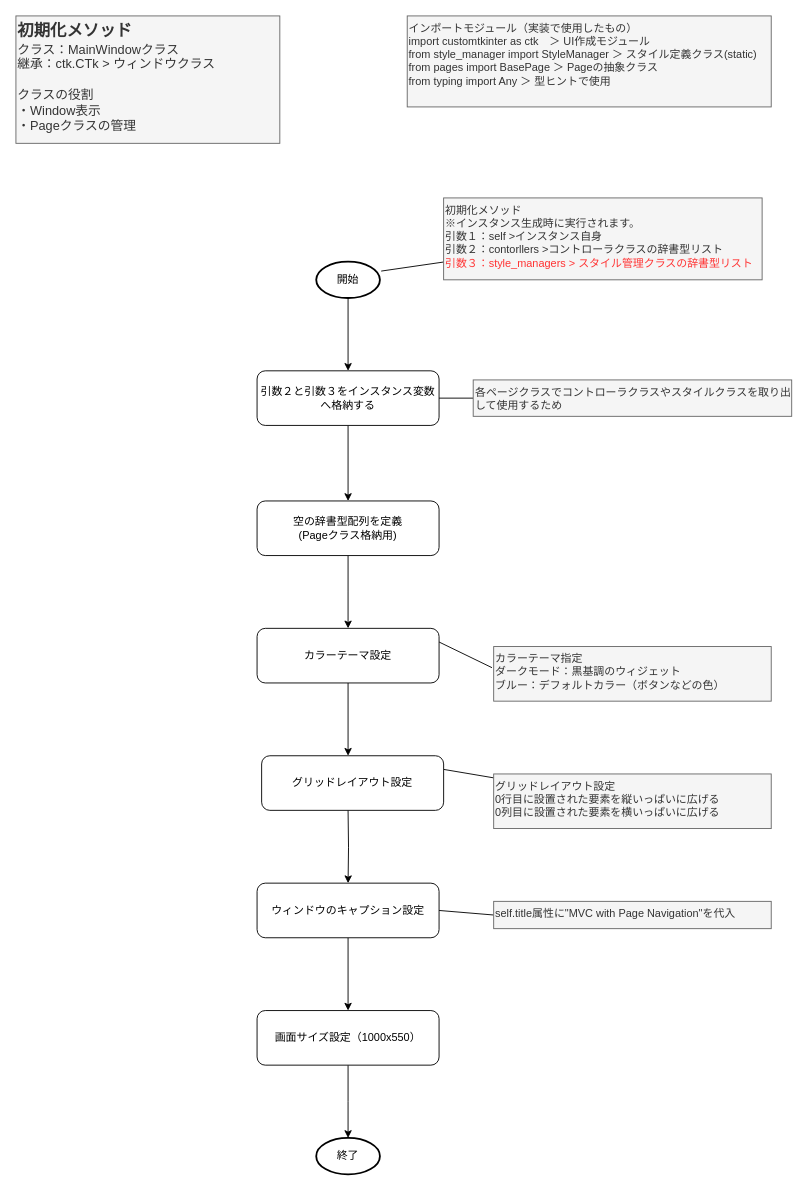
This is page "__init__(MainViewクラス)" (1 of 2) of 設計/フロー図/windows.py/__init__メソッド(MainWindowsクラス).drawio from homan05872/Template_customtkinter_mvc, a draw.io file, before an edit. Source tidied: cells renumbered, new cells numbered last; positions are measured from the earlier drawing's top-left corner, leaving out a move shared by most shapes. Both pictures are drawn from the tidied source at 91%, with x=0, y=0 at pixel (15, 15).
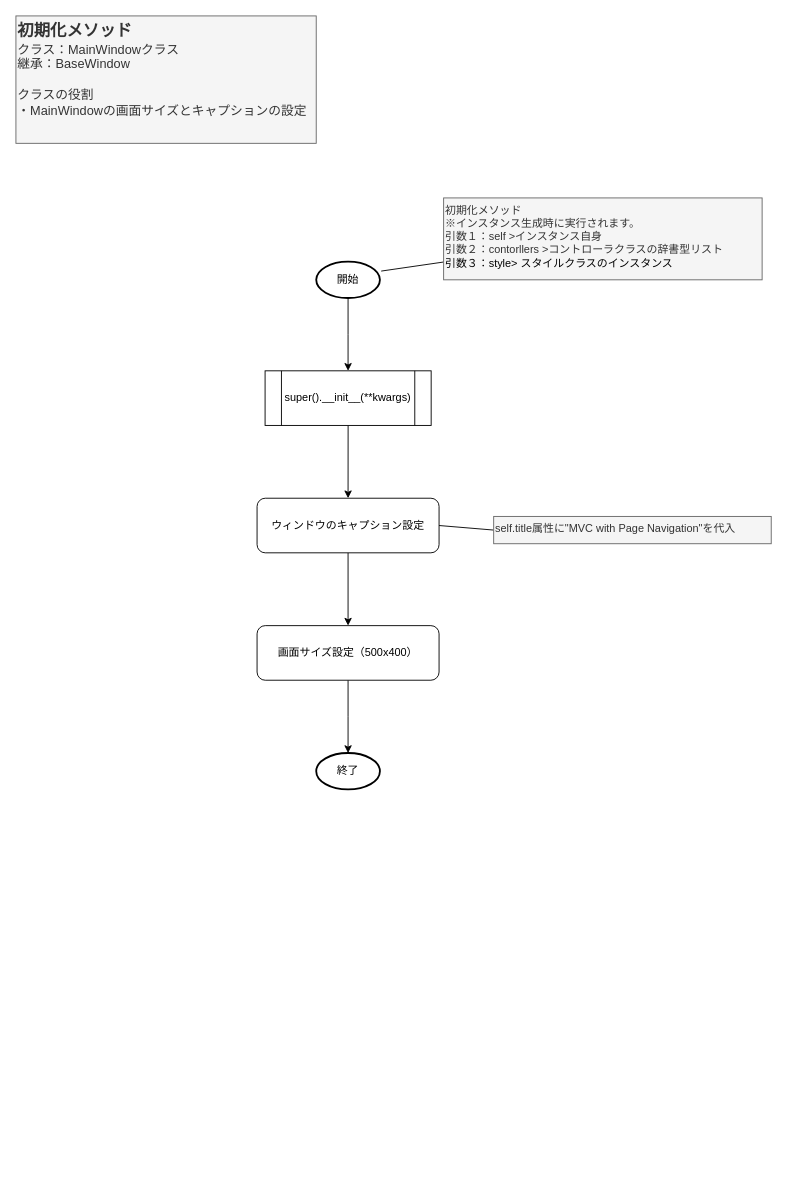
The same diagram, later.

Unchanged cells that the change refers to:
```xml
<mxCell id="3" value="開始" style="strokeWidth=2;html=1;shape=mxgraph.flowchart.start_1;whiteSpace=wrap;" parent="1" vertex="1">
  <mxGeometry x="330" y="270" width="70" height="40" as="geometry" />
</mxCell>
```

Change to the diagram source:
```diff
@@
-    <mxCell id="2" style="edgeStyle=orthogonalEdgeStyle;rounded=0;jettySize=auto;html=1;" parent="1" edge="1" source="3" target="28">
-      <mxGeometry relative="1" as="geometry" />
+    <mxCell id="2" style="edgeStyle=orthogonalEdgeStyle;rounded=0;jettySize=auto;html=1;" parent="1" edge="1" source="3">
+      <mxGeometry relative="1" as="geometry">
+        <mxPoint x="365" y="390" as="targetPoint" />
+      </mxGeometry>
     </mxCell>
@@
-    <mxCell id="5" value="&lt;div&gt;初期化メソッド&lt;/div&gt;&lt;div&gt;※インスタンス生成時に実行されます。&lt;/div&gt;&lt;div&gt;引数１：self &amp;gt;インスタンス自身&lt;/div&gt;&lt;div&gt;引数２：contorllers &amp;gt;コントローラクラスの辞書型リスト&lt;/div&gt;&lt;div&gt;&lt;font color=&quot;#ff3333&quot;&gt;引数３：style_managers &amp;gt; スタイル管理クラスの辞書型リスト&lt;/font&gt;&lt;/div&gt;&lt;div&gt;&lt;br&gt;&lt;/div&gt;" style="text;html=1;align=left;verticalAlign=top;whiteSpace=wrap;rounded=0;fillColor=#f5f5f5;fontColor=#333333;strokeColor=#666666;" parent="1" vertex="1">
+    <mxCell id="5" value="&lt;div&gt;初期化メソッド&lt;/div&gt;&lt;div&gt;※インスタンス生成時に実行されます。&lt;/div&gt;&lt;div&gt;引数１：self &amp;gt;インスタンス自身&lt;/div&gt;&lt;div&gt;引数２：contorllers &amp;gt;コントローラクラスの辞書型リスト&lt;/div&gt;&lt;div&gt;&lt;font color=&quot;#000000&quot;&gt;引数３：style&amp;gt; スタイルクラスのインスタンス&lt;/font&gt;&lt;/div&gt;&lt;div&gt;&lt;br&gt;&lt;/div&gt;" style="text;html=1;align=left;verticalAlign=top;whiteSpace=wrap;rounded=0;fillColor=#f5f5f5;fontColor=#333333;strokeColor=#666666;" parent="1" vertex="1">
       <mxGeometry x="470" y="200" width="350" height="90" as="geometry" />
     </mxCell>
@@
-    <mxCell id="7" value="&lt;div&gt;インポートモジュール（実装で使用したもの）&lt;/div&gt;&lt;div&gt;&lt;div&gt;import customtkinter as ctk　＞ UI作成モジュール&lt;/div&gt;&lt;div&gt;from style_manager import StyleManager ＞ スタイル定義クラス(static)&lt;/div&gt;&lt;div&gt;from pages import BasePage ＞ Pageの抽象クラス&lt;/div&gt;&lt;div&gt;from typing import Any ＞ 型ヒントで使用&lt;/div&gt;&lt;/div&gt;" style="text;html=1;align=left;verticalAlign=top;whiteSpace=wrap;rounded=0;fillColor=#f5f5f5;fontColor=#333333;strokeColor=#666666;" parent="1" vertex="1">
-      <mxGeometry x="430" width="400" height="100" as="geometry" />
-    </mxCell>
@@
-    <mxCell id="9" value="&lt;b style=&quot;&quot;&gt;&lt;font style=&quot;&quot;&gt;&lt;font style=&quot;font-size: 18px;&quot;&gt;初期化メソッド&lt;/font&gt;&lt;/font&gt;&lt;/b&gt;&lt;div&gt;&lt;font style=&quot;font-size: 14px;&quot;&gt;クラス：MainWindowクラス&lt;/font&gt;&lt;/div&gt;&lt;div&gt;&lt;div style=&quot;font-size: 14px;&quot;&gt;&lt;font style=&quot;font-size: 14px;&quot;&gt;継承：ctk.CTk &amp;gt; ウィンドウクラス&lt;/font&gt;&lt;/div&gt;&lt;/div&gt;&lt;div style=&quot;font-size: 14px;&quot;&gt;&lt;font style=&quot;font-size: 14px;&quot;&gt;&lt;br&gt;&lt;/font&gt;&lt;/div&gt;&lt;div style=&quot;font-size: 14px;&quot;&gt;クラスの役割&lt;/div&gt;&lt;div style=&quot;font-size: 14px;&quot;&gt;・Window表示&lt;/div&gt;&lt;div style=&quot;font-size: 14px;&quot;&gt;・Pageクラスの管理&lt;/div&gt;" style="text;html=1;align=left;verticalAlign=top;whiteSpace=wrap;rounded=0;fillColor=#f5f5f5;fontColor=#333333;strokeColor=#666666;" parent="1" vertex="1">
-      <mxGeometry width="290" height="140" as="geometry" />
+    <mxCell id="9" value="&lt;b style=&quot;&quot;&gt;&lt;font style=&quot;&quot;&gt;&lt;font style=&quot;font-size: 18px;&quot;&gt;初期化メソッド&lt;/font&gt;&lt;/font&gt;&lt;/b&gt;&lt;div&gt;&lt;font style=&quot;font-size: 14px;&quot;&gt;クラス：MainWindowクラス&lt;/font&gt;&lt;/div&gt;&lt;div&gt;&lt;div style=&quot;font-size: 14px;&quot;&gt;&lt;font style=&quot;font-size: 14px;&quot;&gt;継承：BaseWindow&lt;/font&gt;&lt;/div&gt;&lt;/div&gt;&lt;div style=&quot;font-size: 14px;&quot;&gt;&lt;font style=&quot;font-size: 14px;&quot;&gt;&lt;br&gt;&lt;/font&gt;&lt;/div&gt;&lt;div style=&quot;font-size: 14px;&quot;&gt;クラスの役割&lt;/div&gt;&lt;div style=&quot;font-size: 14px;&quot;&gt;・MainWindowの画面サイズとキャプションの設定&lt;/div&gt;" style="text;html=1;align=left;verticalAlign=top;whiteSpace=wrap;rounded=0;fillColor=#f5f5f5;fontColor=#333333;strokeColor=#666666;" parent="1" vertex="1">
+      <mxGeometry width="330" height="140" as="geometry" />
     </mxCell>
     <mxCell id="10" value="終了" style="strokeWidth=2;html=1;shape=mxgraph.flowchart.start_1;whiteSpace=wrap;" parent="1" vertex="1">
-      <mxGeometry x="330" y="1233" width="70" height="40" as="geometry" />
+      <mxGeometry x="330" y="810" width="70" height="40" as="geometry" />
     </mxCell>
-    <mxCell id="11" style="edgeStyle=orthogonalEdgeStyle;rounded=0;jettySize=auto;html=1;" parent="1" edge="1" source="12">
-      <mxGeometry relative="1" as="geometry">
-        <mxPoint x="365" y="673" as="targetPoint" />
-      </mxGeometry>
-    </mxCell>
-    <mxCell id="12" value="空の辞書型配列を定義&lt;div&gt;(Pageクラス格納用)&lt;/div&gt;" style="rounded=1;whiteSpace=wrap;html=1;" parent="1" vertex="1">
-      <mxGeometry x="265" y="533" width="200" height="60" as="geometry" />
-    </mxCell>
-    <mxCell id="13" style="rounded=0;jettySize=auto;html=1;entryX=1;entryY=0.25;entryDx=0;entryDy=0;exitX=-0.006;exitY=0.387;exitDx=0;exitDy=0;exitPerimeter=0;endArrow=none;endFill=0;" parent="1" edge="1" source="14" target="24">
-      <mxGeometry relative="1" as="geometry" />
-    </mxCell>
-    <mxCell id="14" value="&lt;div&gt;カラーテーマ指定&lt;/div&gt;&lt;div&gt;ダークモード：黒基調のウィジェット&lt;/div&gt;&lt;div&gt;ブルー：デフォルトカラー（ボタンなどの色）&lt;/div&gt;" style="text;html=1;align=left;verticalAlign=top;whiteSpace=wrap;rounded=0;fillColor=#f5f5f5;fontColor=#333333;strokeColor=#666666;" parent="1" vertex="1">
-      <mxGeometry x="525" y="693" width="305" height="60" as="geometry" />
-    </mxCell>
-    <mxCell id="15" style="edgeStyle=orthogonalEdgeStyle;rounded=0;orthogonalLoop=1;jettySize=auto;html=1;" parent="1" edge="1">
-      <mxGeometry relative="1" as="geometry">
-        <mxPoint x="365" y="733" as="sourcePoint" />
-        <mxPoint x="365" y="813" as="targetPoint" />
-      </mxGeometry>
-    </mxCell>
-    <mxCell id="16" style="rounded=0;jettySize=auto;html=1;entryX=1;entryY=0.25;entryDx=0;entryDy=0;endArrow=none;endFill=0;" parent="1" edge="1" source="17" target="23">
-      <mxGeometry relative="1" as="geometry" />
-    </mxCell>
-    <mxCell id="17" value="グリッドレイアウト設定&lt;div&gt;0行目に設置された要素を縦いっぱいに広げる&lt;/div&gt;&lt;div&gt;0&lt;span style=&quot;background-color: initial;&quot;&gt;列目に設置された要素を横いっぱいに広げる&lt;/span&gt;&lt;/div&gt;" style="text;html=1;align=left;verticalAlign=top;whiteSpace=wrap;rounded=0;fillColor=#f5f5f5;fontColor=#333333;strokeColor=#666666;" parent="1" vertex="1">
-      <mxGeometry x="525" y="833" width="305" height="60" as="geometry" />
-    </mxCell>
-    <mxCell id="18" style="edgeStyle=orthogonalEdgeStyle;rounded=0;jettySize=auto;html=1;" parent="1" edge="1" target="20">
-      <mxGeometry relative="1" as="geometry">
-        <mxPoint x="365" y="873" as="sourcePoint" />
-      </mxGeometry>
-    </mxCell>
-    <mxCell id="19" style="edgeStyle=orthogonalEdgeStyle;rounded=0;jettySize=auto;html=1;" parent="1" edge="1" source="20" target="26">
-      <mxGeometry relative="1" as="geometry" />
-    </mxCell>
+    <mxCell id="31" style="edgeStyle=orthogonalEdgeStyle;rounded=0;jettySize=auto;html=1;" parent="1" edge="1" source="20" target="33">
+      <mxGeometry relative="1" as="geometry" />
+    </mxCell>
     <mxCell id="20" value="ウィンドウのキャプション設定" style="rounded=1;whiteSpace=wrap;html=1;" parent="1" vertex="1">
-      <mxGeometry x="265" y="953" width="200" height="60" as="geometry" />
+      <mxGeometry x="265" y="530" width="200" height="60" as="geometry" />
     </mxCell>
@@
     <mxCell id="22" value="self.title属性に&quot;MVC with Page Navigation&quot;を代入" style="text;html=1;align=left;verticalAlign=top;whiteSpace=wrap;rounded=0;fillColor=#f5f5f5;fontColor=#333333;strokeColor=#666666;" parent="1" vertex="1">
-      <mxGeometry x="525" y="973" width="305" height="30" as="geometry" />
+      <mxGeometry x="525" y="550" width="305" height="30" as="geometry" />
     </mxCell>
-    <mxCell id="23" value="グリッドレイアウト設定" style="rounded=1;whiteSpace=wrap;html=1;" parent="1" vertex="1">
-      <mxGeometry x="270" y="813" width="200" height="60" as="geometry" />
-    </mxCell>
-    <mxCell id="24" value="カラーテーマ設定" style="rounded=1;whiteSpace=wrap;html=1;" parent="1" vertex="1">
-      <mxGeometry x="265" y="673" width="200" height="60" as="geometry" />
-    </mxCell>
-    <mxCell id="25" style="edgeStyle=orthogonalEdgeStyle;rounded=0;jettySize=auto;html=1;" parent="1" edge="1" source="26">
-      <mxGeometry relative="1" as="geometry">
-        <mxPoint x="365" y="1233" as="targetPoint" />
-      </mxGeometry>
-    </mxCell>
-    <mxCell id="26" value="画面サイズ設定（1000x550）" style="rounded=1;whiteSpace=wrap;html=1;" parent="1" vertex="1">
-      <mxGeometry x="265" y="1093" width="200" height="60" as="geometry" />
-    </mxCell>
-    <mxCell id="27" style="edgeStyle=orthogonalEdgeStyle;rounded=0;jettySize=auto;html=1;" parent="1" edge="1" source="28" target="12">
-      <mxGeometry relative="1" as="geometry" />
-    </mxCell>
-    <mxCell id="28" value="引数２と引数３をインスタンス変数へ格納する" style="rounded=1;whiteSpace=wrap;html=1;" parent="1" vertex="1">
-      <mxGeometry x="265" y="390" width="200" height="60" as="geometry" />
-    </mxCell>
-    <mxCell id="29" style="rounded=0;jettySize=auto;html=1;entryX=1;entryY=0.5;entryDx=0;entryDy=0;endArrow=none;endFill=0;" parent="1" edge="1" source="30" target="28">
-      <mxGeometry relative="1" as="geometry" />
-    </mxCell>
-    <mxCell id="30" value="&lt;div&gt;各ページクラスでコントローラクラスやスタイルクラスを取り出して使用するため&lt;/div&gt;&lt;div&gt;&lt;br&gt;&lt;/div&gt;" style="text;html=1;align=left;verticalAlign=top;whiteSpace=wrap;rounded=0;fillColor=#f5f5f5;fontColor=#333333;strokeColor=#666666;" parent="1" vertex="1">
-      <mxGeometry x="502.5" y="400" width="350" height="40" as="geometry" />
-    </mxCell>
+    <mxCell id="32" style="edgeStyle=orthogonalEdgeStyle;rounded=0;jettySize=auto;html=1;" parent="1" edge="1" source="33">
+      <mxGeometry relative="1" as="geometry">
+        <mxPoint x="365" y="810" as="targetPoint" />
+      </mxGeometry>
+    </mxCell>
+    <mxCell id="33" value="画面サイズ設定（500x400）" style="rounded=1;whiteSpace=wrap;html=1;" parent="1" vertex="1">
+      <mxGeometry x="265" y="670" width="200" height="60" as="geometry" />
+    </mxCell>
+    <mxCell id="34" style="edgeStyle=none;html=1;" parent="1" edge="1" source="35">
+      <mxGeometry relative="1" as="geometry">
+        <mxPoint x="365" y="530" as="targetPoint" />
+      </mxGeometry>
+    </mxCell>
+    <mxCell id="35" value="super().__init__(**kwargs)" style="shape=process;whiteSpace=wrap;html=1;backgroundOutline=1;" parent="1" vertex="1">
+      <mxGeometry x="273.8" y="390" width="182.5" height="60" as="geometry" />
+    </mxCell>
```
